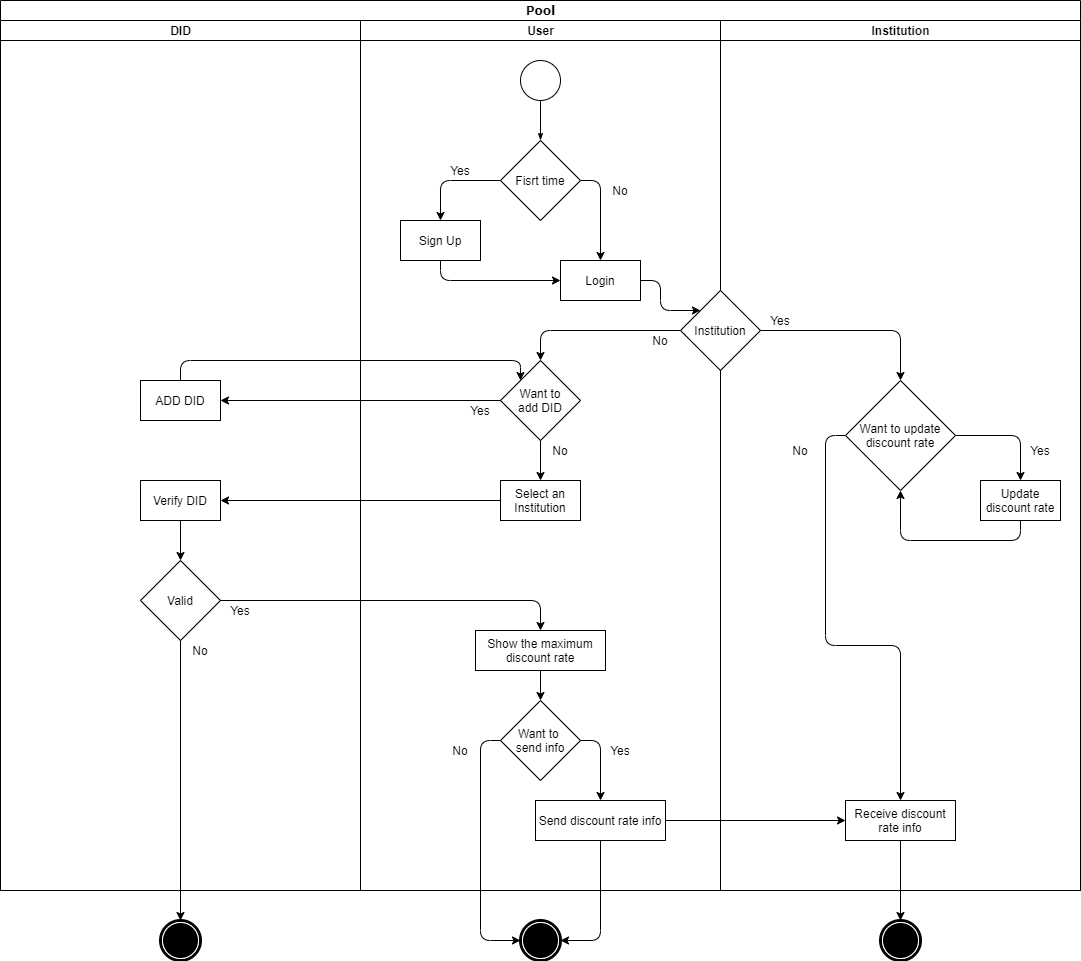
The draw.io diagram Diagram.png in jisu-uos/Diagram, before a commit. Source tidied: cells renumbered, new cells last; positions are measured from the earlier drawing's top-left corner, leaving out a move shared by most shapes.
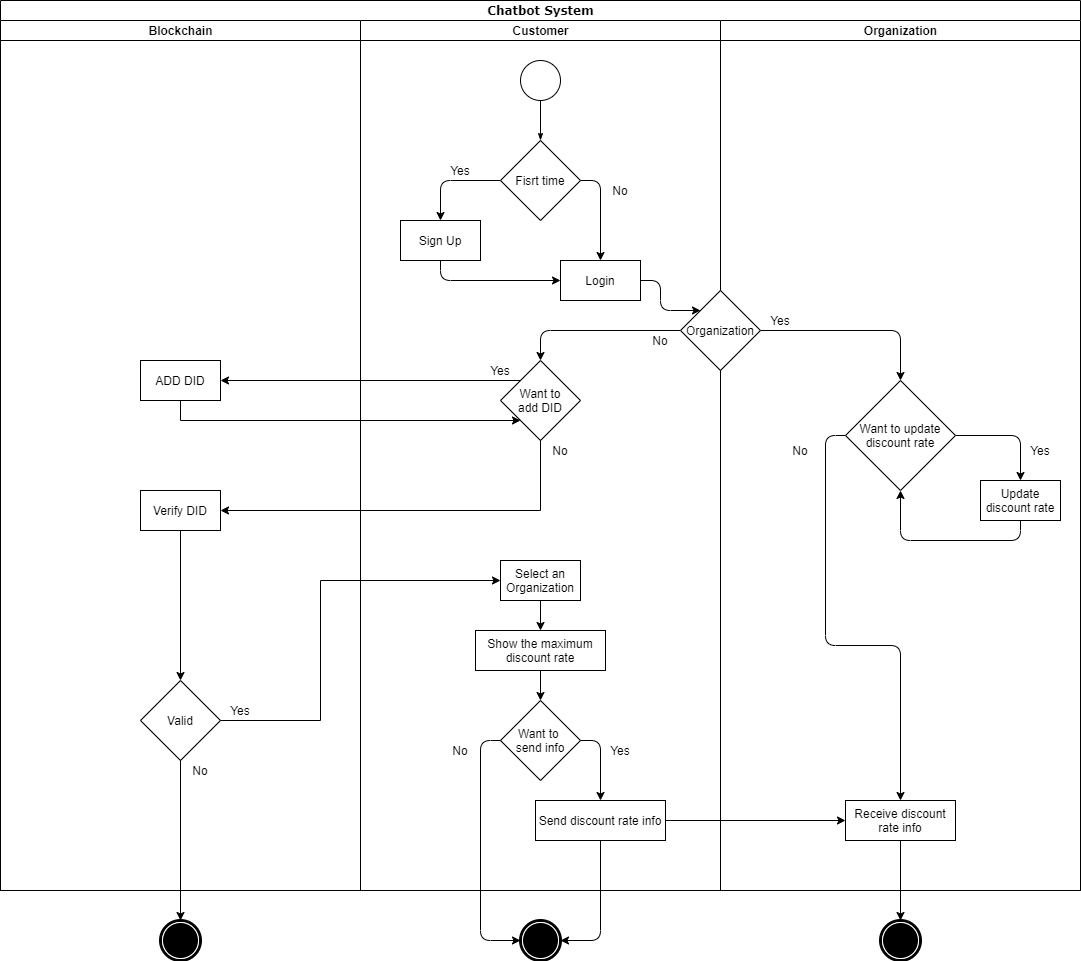
The same file after the commit.

Diff of the diagram source:
```diff
@@ -5,48 +5,31 @@
     <mxCell id="2" style="shape=mxgraph.bpmn.shape;html=1;verticalLabelPosition=bottom;verticalAlign=top;perimeter=ellipsePerimeter;outline=end;symbol=terminate;shadow=0;comic=0;strokeWidth=1;fontFamily=Verdana;fontSize=12;align=center;" parent="1" vertex="1">
       <mxGeometry x="520" y="920" width="40" height="40" as="geometry" />
     </mxCell>
-    <mxCell id="3" value="Pool" style="swimlane;html=1;startSize=20;shadow=0;comic=0;labelBackgroundColor=none;strokeWidth=1;fontFamily=Verdana;fontSize=12;align=center;" parent="1" vertex="1">
+    <mxCell id="3" value="Chatbot System" style="swimlane;html=1;startSize=20;shadow=0;comic=0;labelBackgroundColor=none;strokeWidth=1;fontFamily=Verdana;fontSize=12;align=center;" parent="1" vertex="1">
       <mxGeometry width="1080" height="890" as="geometry" />
     </mxCell>
-    <mxCell id="4" value="DID" style="swimlane;html=1;startSize=20;" parent="3" vertex="1">
+    <mxCell id="4" value="Blockchain" style="swimlane;html=1;startSize=20;" parent="3" vertex="1">
       <mxGeometry y="20" width="360" height="870" as="geometry" />
     </mxCell>
+    <mxCell id="6" style="edgeStyle=orthogonalEdgeStyle;jettySize=auto;html=1;exitX=0.5;exitY=1;exitDx=0;exitDy=0;entryX=0.5;entryY=0;entryDx=0;entryDy=0;" parent="4" edge="1" source="7" target="8">
+      <mxGeometry relative="1" as="geometry" />
+    </mxCell>
     <mxCell id="5" value="ADD DID" style="whiteSpace=wrap;html=1;" parent="4" vertex="1">
-      <mxGeometry x="140" y="360" width="80" height="40" as="geometry" />
+      <mxGeometry x="140" y="340" width="80" height="40" as="geometry" />
     </mxCell>
-    <mxCell id="6" style="edgeStyle=orthogonalEdgeStyle;jettySize=auto;html=1;exitX=0.5;exitY=1;exitDx=0;exitDy=0;entryX=0.5;entryY=0;entryDx=0;entryDy=0;" parent="4" edge="1" source="7" target="8">
-      <mxGeometry relative="1" as="geometry" />
-    </mxCell>
+    <mxCell id="8" value="Valid" style="rhombus;whiteSpace=wrap;html=1;" parent="4" vertex="1">
+      <mxGeometry x="140" y="660" width="80" height="80" as="geometry" />
+    </mxCell>
     <mxCell id="7" value="Verify DID" style="whiteSpace=wrap;html=1;" parent="4" vertex="1">
-      <mxGeometry x="140" y="460" width="80" height="40" as="geometry" />
+      <mxGeometry x="140" y="470" width="80" height="40" as="geometry" />
     </mxCell>
-    <mxCell id="8" value="Valid" style="rhombus;whiteSpace=wrap;html=1;" parent="4" vertex="1">
-      <mxGeometry x="140" y="540" width="80" height="80" as="geometry" />
-    </mxCell>
     <mxCell id="9" value="No" style="text;html=1;strokeColor=none;fillColor=none;align=center;verticalAlign=middle;whiteSpace=wrap;" parent="4" vertex="1">
-      <mxGeometry x="180" y="620" width="40" height="20" as="geometry" />
+      <mxGeometry x="180" y="740" width="40" height="20" as="geometry" />
     </mxCell>
     <mxCell id="10" value="Yes" style="text;html=1;strokeColor=none;fillColor=none;align=center;verticalAlign=middle;whiteSpace=wrap;" parent="4" vertex="1">
-      <mxGeometry x="220" y="580" width="40" height="20" as="geometry" />
+      <mxGeometry x="220" y="680" width="40" height="20" as="geometry" />
     </mxCell>
-    <mxCell id="11" style="edgeStyle=orthogonalEdgeStyle;jettySize=auto;html=1;exitX=0;exitY=0.5;exitDx=0;exitDy=0;" parent="3" edge="1" source="22" target="5">
-      <mxGeometry relative="1" as="geometry" />
-    </mxCell>
-    <mxCell id="12" style="edgeStyle=orthogonalEdgeStyle;jettySize=auto;html=1;exitX=0.5;exitY=0;exitDx=0;exitDy=0;entryX=0;entryY=0;entryDx=0;entryDy=0;" parent="3" edge="1" source="5" target="22">
-      <mxGeometry relative="1" as="geometry">
-        <Array as="points">
-          <mxPoint x="180" y="360" />
-          <mxPoint x="520" y="360" />
-        </Array>
-      </mxGeometry>
-    </mxCell>
-    <mxCell id="13" style="edgeStyle=orthogonalEdgeStyle;jettySize=auto;html=1;exitX=0;exitY=0.5;exitDx=0;exitDy=0;entryX=1;entryY=0.5;entryDx=0;entryDy=0;" parent="3" edge="1" source="27" target="7">
-      <mxGeometry relative="1" as="geometry" />
-    </mxCell>
-    <mxCell id="14" style="edgeStyle=orthogonalEdgeStyle;jettySize=auto;html=1;exitX=1;exitY=0.5;exitDx=0;exitDy=0;entryX=0.5;entryY=0;entryDx=0;entryDy=0;" parent="3" edge="1" source="8" target="29">
-      <mxGeometry relative="1" as="geometry" />
-    </mxCell>
-    <mxCell id="15" value="User" style="swimlane;html=1;startSize=20;" parent="3" vertex="1">
+    <mxCell id="15" value="Customer" style="swimlane;html=1;startSize=20;" parent="3" vertex="1">
       <mxGeometry x="360" y="20" width="360" height="870" as="geometry" />
     </mxCell>
     <mxCell id="16" style="edgeStyle=orthogonalEdgeStyle;html=1;labelBackgroundColor=none;startArrow=none;startFill=0;startSize=5;endArrow=classicThin;endFill=1;endSize=5;jettySize=auto;strokeWidth=1;fontFamily=Verdana;fontSize=12;entryX=0.5;entryY=0;entryDx=0;entryDy=0;" parent="15" edge="1" source="23" target="26">
@@ -65,7 +48,7 @@
       <mxGeometry x="80" y="720" width="40" height="20" as="geometry" />
     </mxCell>
     <mxCell id="21" value="Yes" style="text;html=1;strokeColor=none;fillColor=none;align=center;verticalAlign=middle;whiteSpace=wrap;" parent="15" vertex="1">
-      <mxGeometry x="100" y="380" width="40" height="20" as="geometry" />
+      <mxGeometry x="120" y="340" width="40" height="20" as="geometry" />
     </mxCell>
     <mxCell id="22" value="Want to&lt;br&gt;add DID" style="rhombus;whiteSpace=wrap;html=1;" parent="15" vertex="1">
       <mxGeometry x="140" y="340" width="80" height="80" as="geometry" />
@@ -86,9 +69,9 @@
     <mxCell id="26" value="Fisrt time" style="rhombus;whiteSpace=wrap;html=1;" parent="15" vertex="1">
       <mxGeometry x="140" y="120" width="80" height="80" as="geometry" />
     </mxCell>
-    <mxCell id="27" value="Select an Institution" style="whiteSpace=wrap;html=1;" parent="15" vertex="1">
-      <mxGeometry x="140" y="460" width="80" height="40" as="geometry" />
-    </mxCell>
+    <mxCell id="60" style="edgeStyle=orthogonalEdgeStyle;rounded=0;jettySize=auto;html=1;exitX=0.5;exitY=1;exitDx=0;exitDy=0;" parent="15" edge="1" source="27" target="29">
+      <mxGeometry relative="1" as="geometry" />
+    </mxCell>
     <mxCell id="28" style="edgeStyle=orthogonalEdgeStyle;jettySize=auto;html=1;exitX=0.5;exitY=1;exitDx=0;exitDy=0;entryX=0.5;entryY=0;entryDx=0;entryDy=0;" parent="15" edge="1" source="29" target="30">
       <mxGeometry relative="1" as="geometry" />
     </mxCell>
@@ -98,15 +81,15 @@
     <mxCell id="30" value="Want to &lt;br&gt;send info" style="rhombus;whiteSpace=wrap;html=1;" parent="15" vertex="1">
       <mxGeometry x="140" y="680" width="80" height="80" as="geometry" />
     </mxCell>
+    <mxCell id="27" value="Select an Organization" style="whiteSpace=wrap;html=1;" parent="15" vertex="1">
+      <mxGeometry x="140" y="540" width="80" height="40" as="geometry" />
+    </mxCell>
     <mxCell id="31" value="No" style="text;html=1;strokeColor=none;fillColor=none;align=center;verticalAlign=middle;whiteSpace=wrap;" parent="15" vertex="1">
       <mxGeometry x="180" y="420" width="40" height="20" as="geometry" />
     </mxCell>
     <mxCell id="32" value="Login" style="whiteSpace=wrap;html=1;" parent="15" vertex="1">
       <mxGeometry x="200" y="240" width="80" height="40" as="geometry" />
     </mxCell>
-    <mxCell id="33" style="edgeStyle=orthogonalEdgeStyle;jettySize=auto;html=1;entryX=0.5;entryY=0;entryDx=0;entryDy=0;" parent="15" edge="1" source="22" target="27">
-      <mxGeometry relative="1" as="geometry" />
-    </mxCell>
     <mxCell id="34" value="Yes" style="text;html=1;strokeColor=none;fillColor=none;align=center;verticalAlign=middle;whiteSpace=wrap;" parent="15" vertex="1">
       <mxGeometry x="240" y="720" width="40" height="20" as="geometry" />
     </mxCell>
@@ -125,7 +108,7 @@
     <mxCell id="39" style="edgeStyle=orthogonalEdgeStyle;rounded=1;jettySize=auto;html=1;exitX=0;exitY=0.5;exitDx=0;exitDy=0;entryX=0.5;entryY=0;entryDx=0;entryDy=0;" parent="3" edge="1" source="42" target="22">
       <mxGeometry relative="1" as="geometry" />
     </mxCell>
-    <mxCell id="40" value="Institution" style="swimlane;html=1;startSize=20;" parent="3" vertex="1">
+    <mxCell id="40" value="Organization" style="swimlane;html=1;startSize=20;" parent="3" vertex="1">
       <mxGeometry x="720" y="20" width="360" height="870" as="geometry" />
     </mxCell>
     <mxCell id="41" style="edgeStyle=orthogonalEdgeStyle;rounded=1;jettySize=auto;html=1;exitX=1;exitY=0.5;exitDx=0;exitDy=0;" parent="40" edge="1" source="42">
@@ -133,7 +116,7 @@
         <mxPoint x="180" y="360" as="targetPoint" />
       </mxGeometry>
     </mxCell>
-    <mxCell id="42" value="Institution" style="rhombus;whiteSpace=wrap;html=1;" parent="40" vertex="1">
+    <mxCell id="42" value="Organization" style="rhombus;whiteSpace=wrap;html=1;" parent="40" vertex="1">
       <mxGeometry x="-40" y="270" width="80" height="80" as="geometry" />
     </mxCell>
     <mxCell id="43" value="Yes" style="text;html=1;strokeColor=none;fillColor=none;align=center;verticalAlign=middle;whiteSpace=wrap;" parent="40" vertex="1">
@@ -166,6 +149,23 @@
     <mxCell id="52" style="edgeStyle=orthogonalEdgeStyle;rounded=1;jettySize=auto;html=1;exitX=1;exitY=0.5;exitDx=0;exitDy=0;entryX=0;entryY=0.5;entryDx=0;entryDy=0;" parent="3" edge="1" source="36" target="48">
       <mxGeometry relative="1" as="geometry" />
     </mxCell>
+    <mxCell id="11" style="edgeStyle=orthogonalEdgeStyle;rounded=0;jettySize=auto;html=1;exitX=0;exitY=0;exitDx=0;exitDy=0;entryX=1;entryY=0.5;entryDx=0;entryDy=0;" parent="3" edge="1" source="22" target="5">
+      <mxGeometry relative="1" as="geometry" />
+    </mxCell>
+    <mxCell id="61" style="edgeStyle=orthogonalEdgeStyle;rounded=0;jettySize=auto;html=1;exitX=0.5;exitY=1;exitDx=0;exitDy=0;entryX=1;entryY=0.5;entryDx=0;entryDy=0;" parent="3" edge="1" source="22" target="7">
+      <mxGeometry relative="1" as="geometry" />
+    </mxCell>
+    <mxCell id="12" style="edgeStyle=orthogonalEdgeStyle;rounded=0;jettySize=auto;html=1;exitX=0.5;exitY=1;exitDx=0;exitDy=0;entryX=0;entryY=1;entryDx=0;entryDy=0;" parent="3" edge="1" source="5" target="22">
+      <mxGeometry relative="1" as="geometry" />
+    </mxCell>
+    <mxCell id="62" style="edgeStyle=orthogonalEdgeStyle;rounded=0;jettySize=auto;html=1;exitX=1;exitY=0.5;exitDx=0;exitDy=0;entryX=0;entryY=0.5;entryDx=0;entryDy=0;" parent="3" edge="1" source="8" target="27">
+      <mxGeometry relative="1" as="geometry">
+        <Array as="points">
+          <mxPoint x="320" y="720" />
+          <mxPoint x="320" y="580" />
+        </Array>
+      </mxGeometry>
+    </mxCell>
     <mxCell id="53" style="shape=mxgraph.bpmn.shape;html=1;verticalLabelPosition=bottom;verticalAlign=top;perimeter=ellipsePerimeter;outline=end;symbol=terminate;shadow=0;comic=0;strokeWidth=1;fontFamily=Verdana;fontSize=12;align=center;" parent="1" vertex="1">
       <mxGeometry x="160" y="920" width="40" height="40" as="geometry" />
     </mxCell>
```
